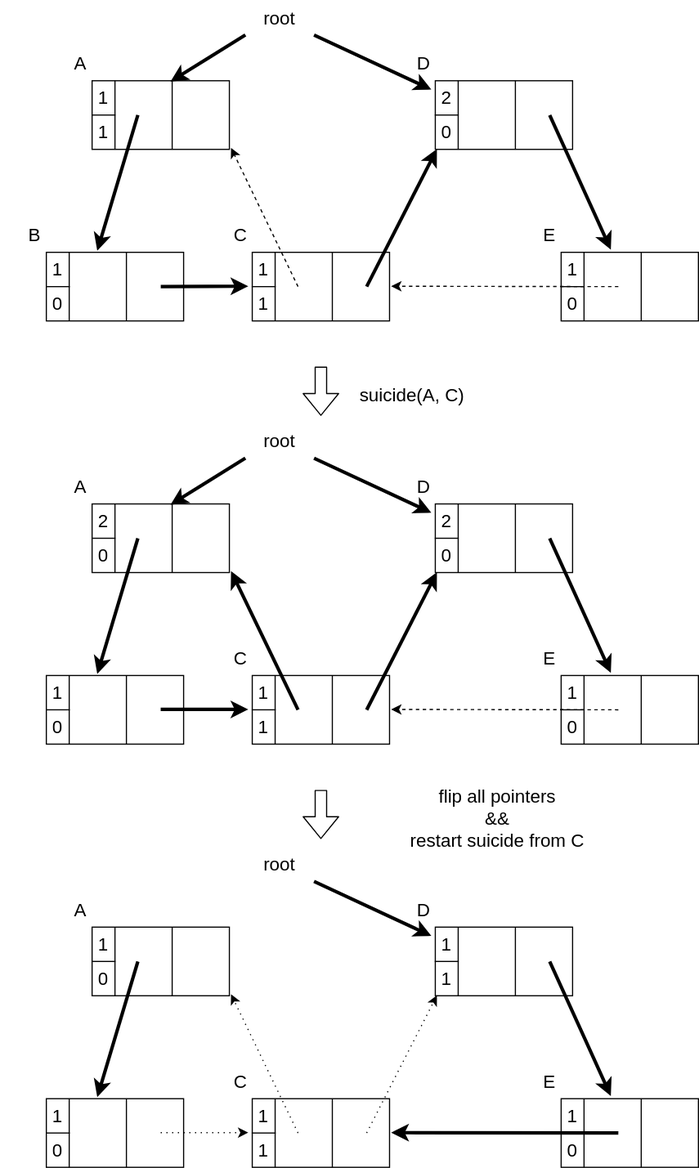
Before: assets/img/lecture_materials/GarbageCollection/ch3/success-delete-loop.drawio.svg, a diagram exported from draw.io (drop-stones/slides). Source tidied: cells renumbered, new cells last; positions are measured from the earlier drawing's top-left corner, leaving out a move shared by most shapes.
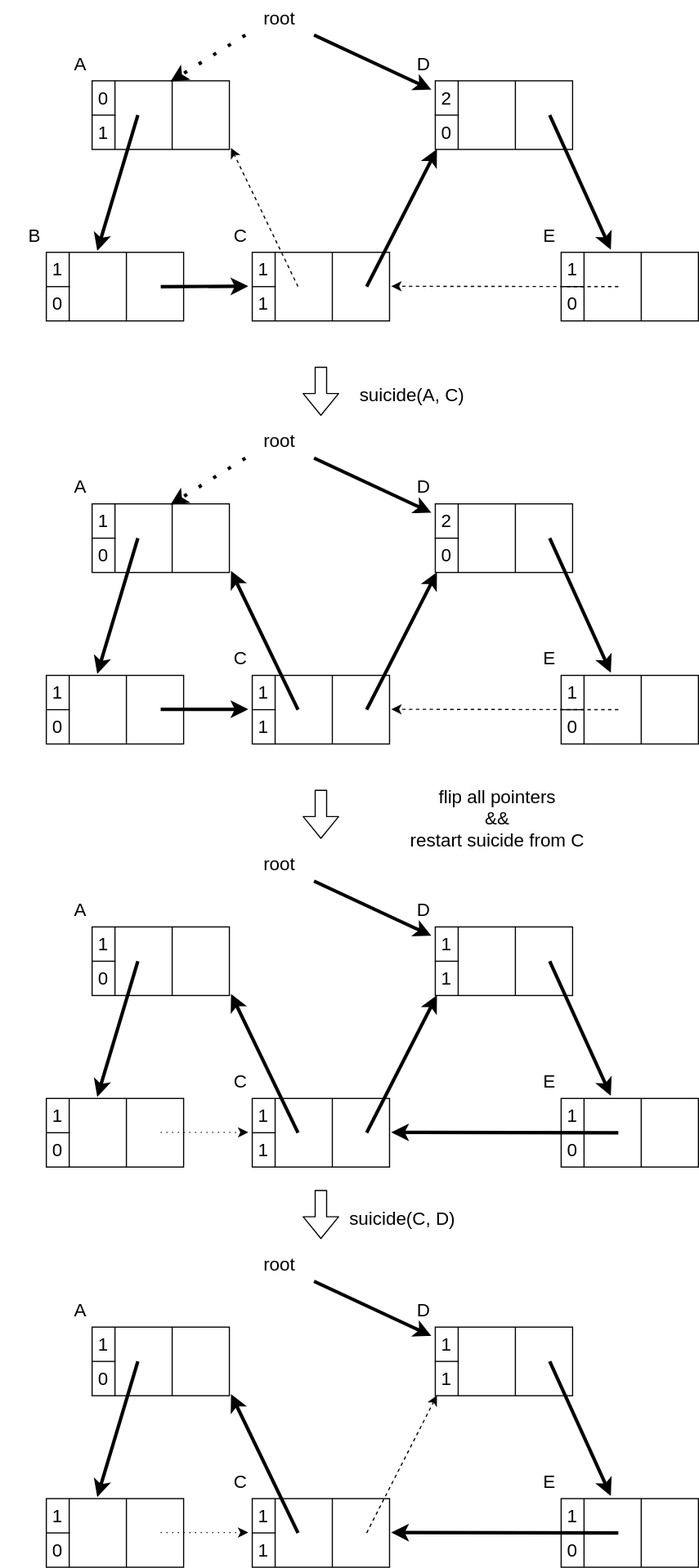
The same diagram one commit later.

What changed in the source:
```diff
@@ -11,7 +11,7 @@
     <mxCell id="4" style="shape=partialRectangle;fillColor=none;top=0;left=0;bottom=0;right=0;points=[[0,0.5],[1,0.5]];portConstraint=eastwest;" parent="3" vertex="1">
       <mxGeometry width="120" height="30" as="geometry" />
     </mxCell>
-    <mxCell id="5" value="1" style="shape=partialRectangle;html=1;whiteSpace=wrap;overflow=hidden;fillColor=none;top=0;left=0;bottom=1;right=0;fontSize=16;" parent="4" vertex="1">
+    <mxCell id="5" value="0" style="shape=partialRectangle;html=1;whiteSpace=wrap;overflow=hidden;fillColor=none;top=0;left=0;bottom=1;right=0;fontSize=16;" parent="4" vertex="1">
       <mxGeometry width="20" height="30" as="geometry" />
     </mxCell>
     <mxCell id="6" style="shape=partialRectangle;html=1;whiteSpace=wrap;overflow=hidden;fillColor=none;top=0;left=0;bottom=0;right=0;strokeColor=none;" parent="4" vertex="1">
@@ -150,6 +150,33 @@
     <mxCell id="48" style="shape=partialRectangle;html=1;whiteSpace=wrap;overflow=hidden;fillColor=none;top=0;left=0;bottom=0;right=0;" parent="45" vertex="1">
       <mxGeometry x="70" width="50" height="30" as="geometry" />
     </mxCell>
+    <mxCell id="195" style="shape=table;startSize=0;fillColor=none;fontSize=16;rowLines=0;" parent="19" vertex="1">
+      <mxGeometry x="40" y="1120" width="120" height="60" as="geometry" />
+    </mxCell>
+    <mxCell id="196" style="shape=partialRectangle;fillColor=none;top=0;left=0;bottom=0;right=0;points=[[0,0.5],[1,0.5]];portConstraint=eastwest;" parent="195" vertex="1">
+      <mxGeometry width="120" height="30" as="geometry" />
+    </mxCell>
+    <mxCell id="197" value="1" style="shape=partialRectangle;html=1;whiteSpace=wrap;overflow=hidden;fillColor=none;top=0;left=0;bottom=1;right=0;fontSize=16;" parent="196" vertex="1">
+      <mxGeometry width="20" height="30" as="geometry" />
+    </mxCell>
+    <mxCell id="198" style="shape=partialRectangle;html=1;whiteSpace=wrap;overflow=hidden;fillColor=none;top=0;left=0;bottom=0;right=0;strokeColor=none;" parent="196" vertex="1">
+      <mxGeometry x="20" width="50" height="30" as="geometry" />
+    </mxCell>
+    <mxCell id="199" style="shape=partialRectangle;html=1;whiteSpace=wrap;overflow=hidden;fillColor=none;top=0;left=0;bottom=0;right=0;strokeColor=none;" parent="196" vertex="1">
+      <mxGeometry x="70" width="50" height="30" as="geometry" />
+    </mxCell>
+    <mxCell id="200" style="shape=partialRectangle;fillColor=none;top=0;left=0;bottom=0;right=0;points=[[0,0.5],[1,0.5]];portConstraint=eastwest;" parent="195" vertex="1">
+      <mxGeometry y="30" width="120" height="30" as="geometry" />
+    </mxCell>
+    <mxCell id="201" value="0" style="shape=partialRectangle;html=1;whiteSpace=wrap;overflow=hidden;fillColor=none;top=0;left=0;bottom=0;right=0;fontSize=16;" parent="200" vertex="1">
+      <mxGeometry width="20" height="30" as="geometry" />
+    </mxCell>
+    <mxCell id="202" style="shape=partialRectangle;html=1;whiteSpace=wrap;overflow=hidden;fillColor=none;top=0;left=0;bottom=0;right=0;" parent="200" vertex="1">
+      <mxGeometry x="20" width="50" height="30" as="geometry" />
+    </mxCell>
+    <mxCell id="203" style="shape=partialRectangle;html=1;whiteSpace=wrap;overflow=hidden;fillColor=none;top=0;left=0;bottom=0;right=0;" parent="200" vertex="1">
+      <mxGeometry x="70" width="50" height="30" as="geometry" />
+    </mxCell>
     <mxCell id="49" style="group;" parent="1" vertex="1">
       <mxGeometry x="180" y="190" width="110" height="90" as="geometry" />
     </mxCell>
@@ -231,7 +258,7 @@
         <mxPoint x="140" y="60" as="sourcePoint" />
       </mxGeometry>
     </mxCell>
-    <mxCell id="74" style="endArrow=classic;html=1;fontSize=16;entryX=0.571;entryY=0.022;entryDx=0;entryDy=0;strokeWidth=3;entryPerimeter=0;exitX=0;exitY=1;exitDx=0;exitDy=0;" parent="1" edge="1" source="18" target="4">
+    <mxCell id="74" style="endArrow=classic;html=1;fontSize=16;entryX=0.571;entryY=0.022;entryDx=0;entryDy=0;strokeWidth=3;entryPerimeter=0;exitX=0;exitY=1;exitDx=0;exitDy=0;dashed=1;dashPattern=1 4;" parent="1" edge="1" source="18" target="4">
       <mxGeometry relative="1" as="geometry" />
     </mxCell>
     <mxCell id="75" style="group;" parent="1" vertex="1">
@@ -281,7 +308,7 @@
     <mxCell id="89" style="shape=partialRectangle;fillColor=none;top=0;left=0;bottom=0;right=0;points=[[0,0.5],[1,0.5]];portConstraint=eastwest;" parent="88" vertex="1">
       <mxGeometry width="120" height="30" as="geometry" />
     </mxCell>
-    <mxCell id="90" value="2" style="shape=partialRectangle;html=1;whiteSpace=wrap;overflow=hidden;fillColor=none;top=0;left=0;bottom=1;right=0;fontSize=16;" parent="89" vertex="1">
+    <mxCell id="90" value="1" style="shape=partialRectangle;html=1;whiteSpace=wrap;overflow=hidden;fillColor=none;top=0;left=0;bottom=1;right=0;fontSize=16;" parent="89" vertex="1">
       <mxGeometry width="20" height="30" as="geometry" />
     </mxCell>
     <mxCell id="91" style="shape=partialRectangle;html=1;whiteSpace=wrap;overflow=hidden;fillColor=none;top=0;left=0;bottom=0;right=0;strokeColor=none;" parent="89" vertex="1">
@@ -409,7 +436,7 @@
         <mxPoint x="140" y="60" as="sourcePoint" />
       </mxGeometry>
     </mxCell>
-    <mxCell id="129" style="endArrow=classic;html=1;fontSize=16;entryX=0.571;entryY=0.022;entryDx=0;entryDy=0;strokeWidth=3;entryPerimeter=0;exitX=0;exitY=1;exitDx=0;exitDy=0;" parent="1" edge="1" source="103" target="89">
+    <mxCell id="129" style="endArrow=classic;html=1;fontSize=16;entryX=0.571;entryY=0.022;entryDx=0;entryDy=0;strokeWidth=3;entryPerimeter=0;exitX=0;exitY=1;exitDx=0;exitDy=0;dashed=1;dashPattern=1 4;" parent="1" edge="1" source="103" target="89">
       <mxGeometry relative="1" as="geometry" />
     </mxCell>
     <mxCell id="130" style="group;" parent="1" vertex="1">
@@ -530,12 +557,12 @@
     <mxCell id="167" value="&lt;font style=&quot;font-size: 16px&quot;&gt;C&lt;/font&gt;" style="text;html=1;strokeColor=none;fillColor=none;align=center;verticalAlign=middle;whiteSpace=wrap;rounded=0;" parent="157" vertex="1">
       <mxGeometry width="60" height="30" as="geometry" />
     </mxCell>
-    <mxCell id="168" style="endArrow=classic;html=1;fontSize=16;entryX=0.012;entryY=0.989;entryDx=0;entryDy=0;strokeWidth=1;entryPerimeter=0;dashed=1;dashPattern=1 4;" parent="157" edge="1" target="176">
+    <mxCell id="168" style="endArrow=classic;html=1;fontSize=16;entryX=0.012;entryY=0.989;entryDx=0;entryDy=0;strokeWidth=3;entryPerimeter=0;" parent="157" edge="1" target="176">
       <mxGeometry relative="1" as="geometry">
         <mxPoint x="140" y="60" as="sourcePoint" />
       </mxGeometry>
     </mxCell>
-    <mxCell id="169" style="endArrow=classic;html=1;fontSize=16;strokeWidth=1;entryX=1.012;entryY=0.956;entryDx=0;entryDy=0;entryPerimeter=0;dashed=1;dashPattern=1 4;" parent="157" edge="1" target="149">
+    <mxCell id="169" style="endArrow=classic;html=1;fontSize=16;strokeWidth=3;entryX=1.012;entryY=0.956;entryDx=0;entryDy=0;entryPerimeter=0;" parent="157" edge="1" target="149">
       <mxGeometry relative="1" as="geometry">
         <mxPoint x="80" y="60" as="sourcePoint" />
       </mxGeometry>
@@ -619,5 +646,183 @@
     <mxCell id="194" style="endArrow=classic;html=1;fontSize=16;entryX=-0.029;entryY=-0.011;entryDx=0;entryDy=0;strokeWidth=1;entryPerimeter=0;exitX=0.833;exitY=-0.011;exitDx=0;exitDy=0;exitPerimeter=0;dashed=1;dashPattern=1 4;" parent="1" edge="1" source="45" target="163">
       <mxGeometry relative="1" as="geometry" />
     </mxCell>
+    <mxCell id="204" style="group;" parent="1" vertex="1">
+      <mxGeometry x="280" y="1040" width="130" height="43" as="geometry" />
+    </mxCell>
+    <mxCell id="205" style="shape=flexArrow;endArrow=classic;html=1;fontSize=16;" parent="204" edge="1">
+      <mxGeometry relative="1" as="geometry">
+        <mxPoint as="sourcePoint" />
+        <mxPoint y="43" as="targetPoint" />
+      </mxGeometry>
+    </mxCell>
+    <mxCell id="206" value="suicide(C, D)" style="text;html=1;strokeColor=none;fillColor=none;align=center;verticalAlign=middle;whiteSpace=wrap;rounded=0;fontSize=16;" parent="204" vertex="1">
+      <mxGeometry x="13.4" y="10" width="116.6" height="30" as="geometry" />
+    </mxCell>
+    <mxCell id="207" style="group;" parent="1" vertex="1">
+      <mxGeometry x="40" y="1130" width="110" height="90" as="geometry" />
+    </mxCell>
+    <mxCell id="208" style="shape=table;startSize=0;fillColor=none;fontSize=16;rowLines=0;" parent="207" vertex="1">
+      <mxGeometry x="40" y="30" width="120" height="60" as="geometry" />
+    </mxCell>
+    <mxCell id="209" style="shape=partialRectangle;fillColor=none;top=0;left=0;bottom=0;right=0;" parent="208" vertex="1">
+      <mxGeometry width="120" height="30" as="geometry" />
+    </mxCell>
+    <mxCell id="210" value="1" style="shape=partialRectangle;html=1;whiteSpace=wrap;overflow=hidden;fillColor=none;top=0;left=0;bottom=1;right=0;fontSize=16;" parent="209" vertex="1">
+      <mxGeometry width="20" height="30" as="geometry" />
+    </mxCell>
+    <mxCell id="211" style="shape=partialRectangle;html=1;whiteSpace=wrap;overflow=hidden;fillColor=none;top=0;left=0;bottom=0;right=0;strokeColor=none;" parent="209" vertex="1">
+      <mxGeometry x="20" width="50" height="30" as="geometry" />
+    </mxCell>
+    <mxCell id="212" style="shape=partialRectangle;html=1;whiteSpace=wrap;overflow=hidden;fillColor=none;top=0;left=0;bottom=0;right=0;strokeColor=none;" parent="209" vertex="1">
+      <mxGeometry x="70" width="50" height="30" as="geometry" />
+    </mxCell>
+    <mxCell id="213" style="shape=partialRectangle;fillColor=none;top=0;left=0;bottom=0;right=0;points=[[0,0.5],[1,0.5]];portConstraint=eastwest;" parent="208" vertex="1">
+      <mxGeometry y="30" width="120" height="30" as="geometry" />
+    </mxCell>
+    <mxCell id="214" value="0" style="shape=partialRectangle;html=1;whiteSpace=wrap;overflow=hidden;fillColor=none;top=0;left=0;bottom=0;right=0;fontSize=16;" parent="213" vertex="1">
+      <mxGeometry width="20" height="30" as="geometry" />
+    </mxCell>
+    <mxCell id="215" style="shape=partialRectangle;html=1;whiteSpace=wrap;overflow=hidden;fillColor=none;top=0;left=0;bottom=0;right=0;" parent="213" vertex="1">
+      <mxGeometry x="20" width="50" height="30" as="geometry" />
+    </mxCell>
+    <mxCell id="216" style="shape=partialRectangle;html=1;whiteSpace=wrap;overflow=hidden;fillColor=none;top=0;left=0;bottom=0;right=0;" parent="213" vertex="1">
+      <mxGeometry x="70" width="50" height="30" as="geometry" />
+    </mxCell>
+    <mxCell id="217" value="&lt;font style=&quot;font-size: 16px&quot;&gt;A&lt;/font&gt;" style="text;html=1;strokeColor=none;fillColor=none;align=center;verticalAlign=middle;whiteSpace=wrap;rounded=0;" parent="207" vertex="1">
+      <mxGeometry width="60" height="30" as="geometry" />
+    </mxCell>
+    <mxCell id="218" style="endArrow=classic;html=1;fontSize=16;strokeWidth=3;entryX=0.371;entryY=-0.044;entryDx=0;entryDy=0;entryPerimeter=0;" parent="207" edge="1" target="196">
+      <mxGeometry relative="1" as="geometry">
+        <mxPoint x="80" y="60" as="sourcePoint" />
+      </mxGeometry>
+    </mxCell>
+    <mxCell id="219" style="edgeStyle=none;html=1;exitX=1;exitY=1;exitDx=0;exitDy=0;entryX=-0.029;entryY=0.256;entryDx=0;entryDy=0;entryPerimeter=0;fontSize=16;strokeWidth=3;" parent="1" edge="1" source="220" target="236">
+      <mxGeometry relative="1" as="geometry" />
+    </mxCell>
+    <mxCell id="220" value="root" style="text;html=1;strokeColor=none;fillColor=none;align=center;verticalAlign=middle;whiteSpace=wrap;rounded=0;fontSize=16;" parent="1" vertex="1">
+      <mxGeometry x="214" y="1090" width="60" height="30" as="geometry" />
+    </mxCell>
+    <mxCell id="221" style="group;" parent="1" vertex="1">
+      <mxGeometry x="180" y="1280" width="110" height="90" as="geometry" />
+    </mxCell>
+    <mxCell id="222" style="shape=table;startSize=0;fillColor=none;fontSize=16;rowLines=0;" parent="221" vertex="1">
+      <mxGeometry x="40" y="30" width="120" height="60" as="geometry" />
+    </mxCell>
+    <mxCell id="223" style="shape=partialRectangle;fillColor=none;top=0;left=0;bottom=0;right=0;" parent="222" vertex="1">
+      <mxGeometry width="120" height="30" as="geometry" />
+    </mxCell>
+    <mxCell id="224" value="1" style="shape=partialRectangle;html=1;whiteSpace=wrap;overflow=hidden;fillColor=none;top=0;left=0;bottom=1;right=0;fontSize=16;" parent="223" vertex="1">
+      <mxGeometry width="20" height="30" as="geometry" />
+    </mxCell>
+    <mxCell id="225" style="shape=partialRectangle;html=1;whiteSpace=wrap;overflow=hidden;fillColor=none;top=0;left=0;bottom=0;right=0;strokeColor=none;" parent="223" vertex="1">
+      <mxGeometry x="20" width="50" height="30" as="geometry" />
+    </mxCell>
+    <mxCell id="226" style="shape=partialRectangle;html=1;whiteSpace=wrap;overflow=hidden;fillColor=none;top=0;left=0;bottom=0;right=0;strokeColor=none;" parent="223" vertex="1">
+      <mxGeometry x="70" width="50" height="30" as="geometry" />
+    </mxCell>
+    <mxCell id="227" style="shape=partialRectangle;fillColor=none;top=0;left=0;bottom=0;right=0;points=[[0,0.5],[1,0.5]];portConstraint=eastwest;" parent="222" vertex="1">
+      <mxGeometry y="30" width="120" height="30" as="geometry" />
+    </mxCell>
+    <mxCell id="228" value="1" style="shape=partialRectangle;html=1;whiteSpace=wrap;overflow=hidden;fillColor=none;top=0;left=0;bottom=0;right=0;fontSize=16;" parent="227" vertex="1">
+      <mxGeometry width="20" height="30" as="geometry" />
+    </mxCell>
+    <mxCell id="229" style="shape=partialRectangle;html=1;whiteSpace=wrap;overflow=hidden;fillColor=none;top=0;left=0;bottom=0;right=0;" parent="227" vertex="1">
+      <mxGeometry x="20" width="50" height="30" as="geometry" />
+    </mxCell>
+    <mxCell id="230" style="shape=partialRectangle;html=1;whiteSpace=wrap;overflow=hidden;fillColor=none;top=0;left=0;bottom=0;right=0;" parent="227" vertex="1">
+      <mxGeometry x="70" width="50" height="30" as="geometry" />
+    </mxCell>
+    <mxCell id="231" value="&lt;font style=&quot;font-size: 16px&quot;&gt;C&lt;/font&gt;" style="text;html=1;strokeColor=none;fillColor=none;align=center;verticalAlign=middle;whiteSpace=wrap;rounded=0;" parent="221" vertex="1">
+      <mxGeometry width="60" height="30" as="geometry" />
+    </mxCell>
+    <mxCell id="232" style="endArrow=classic;html=1;fontSize=16;entryX=0.012;entryY=0.989;entryDx=0;entryDy=0;strokeWidth=1;entryPerimeter=0;dashed=1;" parent="221" edge="1" target="240">
+      <mxGeometry relative="1" as="geometry">
+        <mxPoint x="140" y="60" as="sourcePoint" />
+      </mxGeometry>
+    </mxCell>
+    <mxCell id="233" style="endArrow=classic;html=1;fontSize=16;strokeWidth=3;entryX=1.012;entryY=0.956;entryDx=0;entryDy=0;entryPerimeter=0;" parent="221" edge="1" target="213">
+      <mxGeometry relative="1" as="geometry">
+        <mxPoint x="80" y="60" as="sourcePoint" />
+      </mxGeometry>
+    </mxCell>
+    <mxCell id="234" style="group;" parent="1" vertex="1">
+      <mxGeometry x="340" y="1130" width="110" height="90" as="geometry" />
+    </mxCell>
+    <mxCell id="235" style="shape=table;startSize=0;fillColor=none;fontSize=16;rowLines=0;" parent="234" vertex="1">
+      <mxGeometry x="40" y="30" width="120" height="60" as="geometry" />
+    </mxCell>
+    <mxCell id="236" style="shape=partialRectangle;fillColor=none;top=0;left=0;bottom=0;right=0;points=[[0,0.5],[1,0.5]];portConstraint=eastwest;" parent="235" vertex="1">
+      <mxGeometry width="120" height="30" as="geometry" />
+    </mxCell>
+    <mxCell id="237" value="1" style="shape=partialRectangle;html=1;whiteSpace=wrap;overflow=hidden;fillColor=none;top=0;left=0;bottom=1;right=0;fontSize=16;" parent="236" vertex="1">
+      <mxGeometry width="20" height="30" as="geometry" />
+    </mxCell>
+    <mxCell id="238" style="shape=partialRectangle;html=1;whiteSpace=wrap;overflow=hidden;fillColor=none;top=0;left=0;bottom=0;right=0;strokeColor=none;" parent="236" vertex="1">
+      <mxGeometry x="20" width="50" height="30" as="geometry" />
+    </mxCell>
+    <mxCell id="239" style="shape=partialRectangle;html=1;whiteSpace=wrap;overflow=hidden;fillColor=none;top=0;left=0;bottom=0;right=0;strokeColor=none;" parent="236" vertex="1">
+      <mxGeometry x="70" width="50" height="30" as="geometry" />
+    </mxCell>
+    <mxCell id="240" style="shape=partialRectangle;fillColor=none;top=0;left=0;bottom=0;right=0;points=[[0,0.5],[1,0.5]];portConstraint=eastwest;" parent="235" vertex="1">
+      <mxGeometry y="30" width="120" height="30" as="geometry" />
+    </mxCell>
+    <mxCell id="241" value="1" style="shape=partialRectangle;html=1;whiteSpace=wrap;overflow=hidden;fillColor=none;top=0;left=0;bottom=0;right=0;fontSize=16;" parent="240" vertex="1">
+      <mxGeometry width="20" height="30" as="geometry" />
+    </mxCell>
+    <mxCell id="242" style="shape=partialRectangle;html=1;whiteSpace=wrap;overflow=hidden;fillColor=none;top=0;left=0;bottom=0;right=0;" parent="240" vertex="1">
+      <mxGeometry x="20" width="50" height="30" as="geometry" />
+    </mxCell>
+    <mxCell id="243" style="shape=partialRectangle;html=1;whiteSpace=wrap;overflow=hidden;fillColor=none;top=0;left=0;bottom=0;right=0;" parent="240" vertex="1">
+      <mxGeometry x="70" width="50" height="30" as="geometry" />
+    </mxCell>
+    <mxCell id="244" value="&lt;font style=&quot;font-size: 16px&quot;&gt;D&lt;/font&gt;" style="text;html=1;strokeColor=none;fillColor=none;align=center;verticalAlign=middle;whiteSpace=wrap;rounded=0;" parent="234" vertex="1">
+      <mxGeometry width="60" height="30" as="geometry" />
+    </mxCell>
+    <mxCell id="245" style="endArrow=classic;html=1;fontSize=16;entryX=0.362;entryY=-0.078;entryDx=0;entryDy=0;strokeWidth=3;entryPerimeter=0;" parent="234" edge="1" target="248">
+      <mxGeometry relative="1" as="geometry">
+        <mxPoint x="140" y="60" as="sourcePoint" />
+      </mxGeometry>
+    </mxCell>
+    <mxCell id="246" style="group;" parent="1" vertex="1">
+      <mxGeometry x="450" y="1280" width="110" height="90" as="geometry" />
+    </mxCell>
+    <mxCell id="247" style="shape=table;startSize=0;fillColor=none;fontSize=16;rowLines=0;" parent="246" vertex="1">
+      <mxGeometry x="40" y="30" width="120" height="60" as="geometry" />
+    </mxCell>
+    <mxCell id="248" style="shape=partialRectangle;fillColor=none;top=0;left=0;bottom=0;right=0;points=[[0,0.5],[1,0.5]];portConstraint=eastwest;" parent="247" vertex="1">
+      <mxGeometry width="120" height="30" as="geometry" />
+    </mxCell>
+    <mxCell id="249" value="1" style="shape=partialRectangle;html=1;whiteSpace=wrap;overflow=hidden;fillColor=none;top=0;left=0;bottom=1;right=0;fontSize=16;" parent="248" vertex="1">
+      <mxGeometry width="20" height="30" as="geometry" />
+    </mxCell>
+    <mxCell id="250" style="shape=partialRectangle;html=1;whiteSpace=wrap;overflow=hidden;fillColor=none;top=0;left=0;bottom=0;right=0;strokeColor=none;" parent="248" vertex="1">
+      <mxGeometry x="20" width="50" height="30" as="geometry" />
+    </mxCell>
+    <mxCell id="251" style="shape=partialRectangle;html=1;whiteSpace=wrap;overflow=hidden;fillColor=none;top=0;left=0;bottom=0;right=0;strokeColor=none;" parent="248" vertex="1">
+      <mxGeometry x="70" width="50" height="30" as="geometry" />
+    </mxCell>
+    <mxCell id="252" style="shape=partialRectangle;fillColor=none;top=0;left=0;bottom=0;right=0;" parent="247" vertex="1">
+      <mxGeometry y="30" width="120" height="30" as="geometry" />
+    </mxCell>
+    <mxCell id="253" value="0" style="shape=partialRectangle;html=1;whiteSpace=wrap;overflow=hidden;fillColor=none;top=0;left=0;bottom=0;right=0;fontSize=16;" parent="252" vertex="1">
+      <mxGeometry width="20" height="30" as="geometry" />
+    </mxCell>
+    <mxCell id="254" style="shape=partialRectangle;html=1;whiteSpace=wrap;overflow=hidden;fillColor=none;top=0;left=0;bottom=0;right=0;" parent="252" vertex="1">
+      <mxGeometry x="20" width="50" height="30" as="geometry" />
+    </mxCell>
+    <mxCell id="255" style="shape=partialRectangle;html=1;whiteSpace=wrap;overflow=hidden;fillColor=none;top=0;left=0;bottom=0;right=0;" parent="252" vertex="1">
+      <mxGeometry x="70" width="50" height="30" as="geometry" />
+    </mxCell>
+    <mxCell id="256" value="&lt;font style=&quot;font-size: 16px&quot;&gt;E&lt;/font&gt;" style="text;html=1;strokeColor=none;fillColor=none;align=center;verticalAlign=middle;whiteSpace=wrap;rounded=0;" parent="246" vertex="1">
+      <mxGeometry width="60" height="30" as="geometry" />
+    </mxCell>
+    <mxCell id="257" style="endArrow=classic;html=1;fontSize=16;strokeWidth=3;entryX=1.012;entryY=-0.011;entryDx=0;entryDy=0;entryPerimeter=0;" parent="246" edge="1" target="227">
+      <mxGeometry relative="1" as="geometry">
+        <mxPoint x="90" y="60" as="sourcePoint" />
+      </mxGeometry>
+    </mxCell>
+    <mxCell id="258" style="endArrow=classic;html=1;fontSize=16;entryX=-0.029;entryY=-0.011;entryDx=0;entryDy=0;strokeWidth=1;entryPerimeter=0;exitX=0.833;exitY=-0.011;exitDx=0;exitDy=0;exitPerimeter=0;dashed=1;dashPattern=1 4;" parent="1" edge="1" source="200" target="227">
+      <mxGeometry relative="1" as="geometry" />
+    </mxCell>
   </root>
 </mxGraphModel>
```
